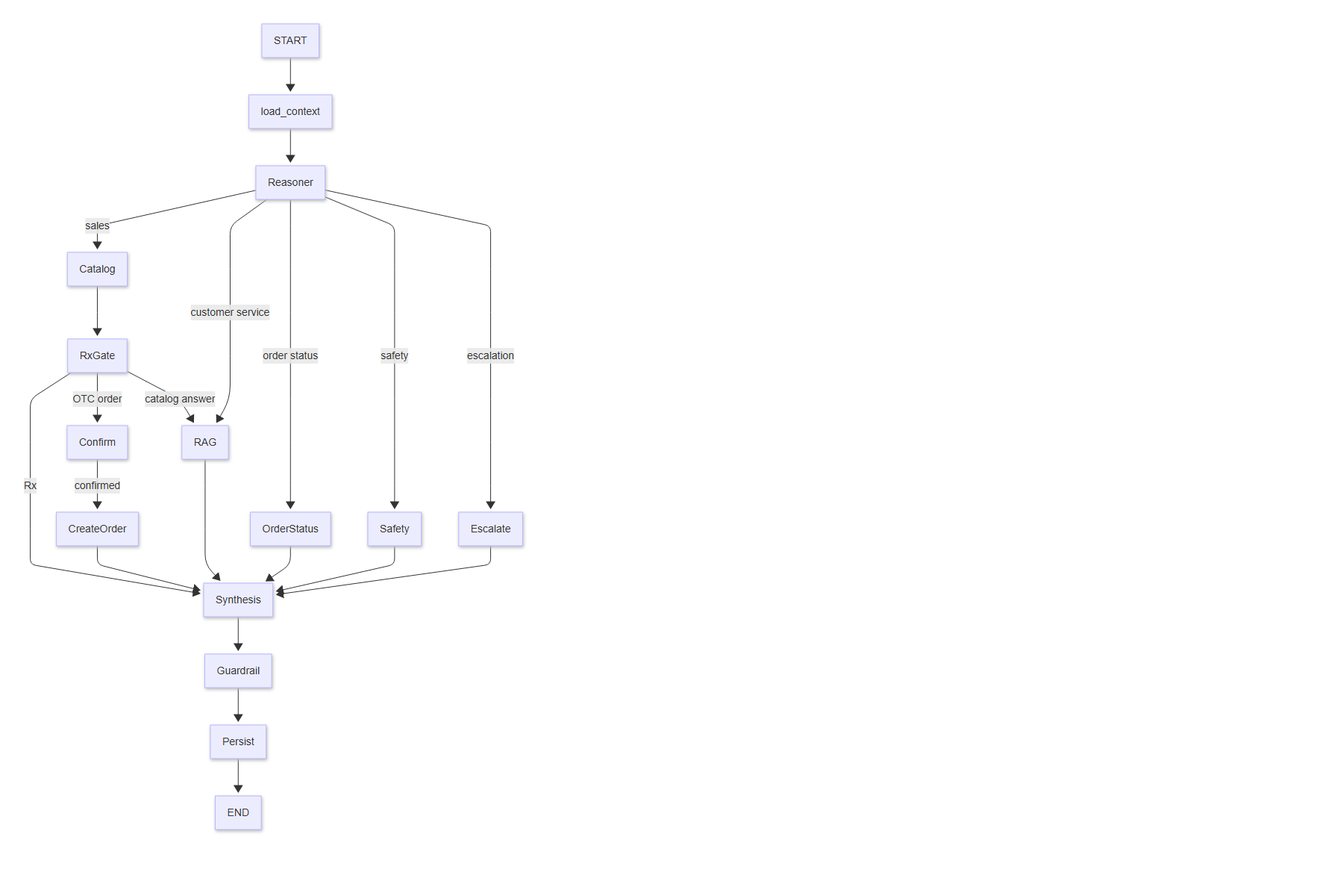
RowanFayez/ShifaPharmacy_AISales_CustomerServiceAgent keeps this Mermaid diagram as docs/diagrams/langgraph.png. Above is the earlier version. Its source is kept beside it as docs/diagrams/langgraph.mmd. Source of this version:
```mermaid
flowchart TD
  START --> Context[load_context] --> Reasoner
  Reasoner -->|sales| Catalog --> RxGate
  RxGate -->|Rx| Synthesis
  RxGate -->|OTC order| Confirm -->|confirmed| CreateOrder
  RxGate -->|catalog answer| RAG
  Reasoner -->|customer service| RAG
  Reasoner -->|order status| OrderStatus
  Reasoner -->|safety| Safety
  Reasoner -->|escalation| Escalate
  RAG --> Synthesis
  CreateOrder --> Synthesis
  OrderStatus --> Synthesis
  Safety --> Synthesis
  Escalate --> Synthesis
  Synthesis --> Guardrail --> Persist --> END
```
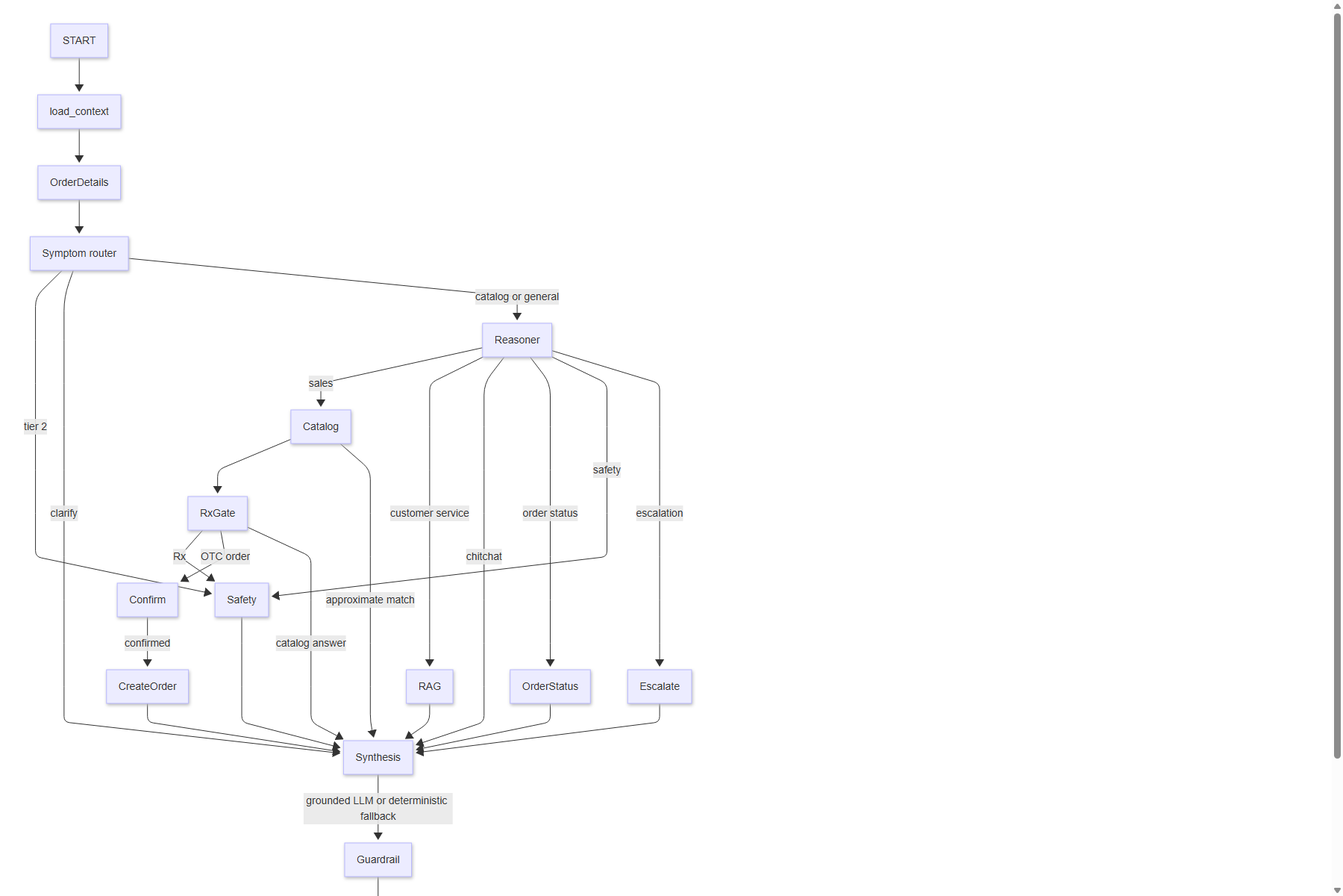
Later version of the same file.

The edit, as a diff of the source:
```diff
@@ -1,10 +1,15 @@
 flowchart TD
-  START --> Context[load_context] --> Reasoner
+  START --> Context[load_context] --> OrderDetails --> Symptoms[Symptom router]
+  Symptoms -->|tier 2| Safety
+  Symptoms -->|clarify| Synthesis
+  Symptoms -->|catalog or general| Reasoner
   Reasoner -->|sales| Catalog --> RxGate
-  RxGate -->|Rx| Synthesis
+  RxGate -->|Rx| Safety
   RxGate -->|OTC order| Confirm -->|confirmed| CreateOrder
-  RxGate -->|catalog answer| RAG
+  RxGate -->|catalog answer| Synthesis
+  Catalog -->|approximate match| Synthesis
   Reasoner -->|customer service| RAG
+  Reasoner -->|chitchat| Synthesis
   Reasoner -->|order status| OrderStatus
   Reasoner -->|safety| Safety
   Reasoner -->|escalation| Escalate
@@ -13,4 +18,4 @@
   OrderStatus --> Synthesis
   Safety --> Synthesis
   Escalate --> Synthesis
-  Synthesis --> Guardrail --> Persist --> END
+  Synthesis -->|grounded LLM or deterministic fallback| Guardrail --> Persist --> END
```
